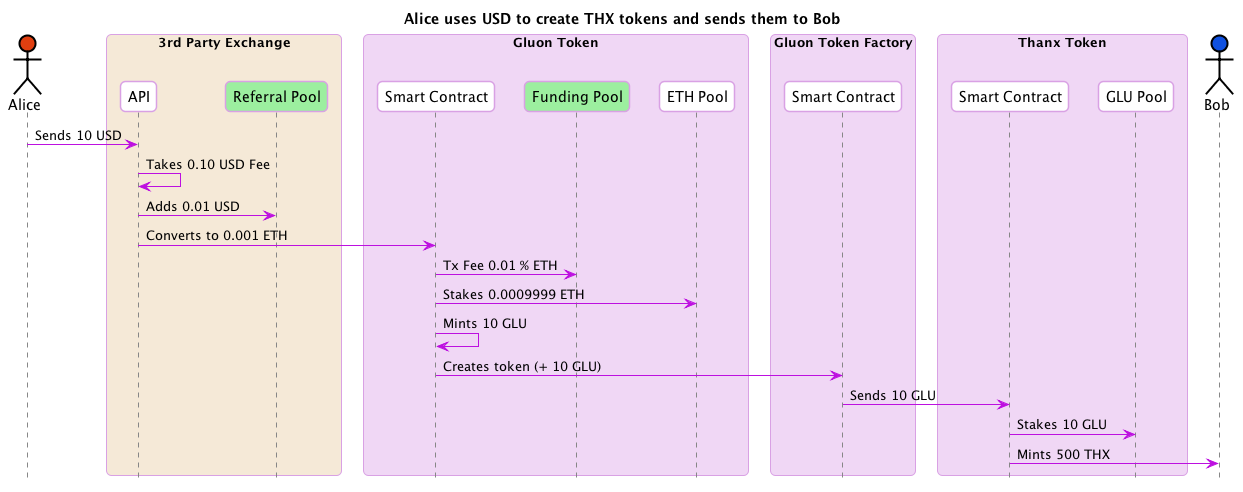
gluon-project/gluon-specs keeps this PlantUML diagram as flows/a-usd-create-thx-b.png. Above is the earlier version.
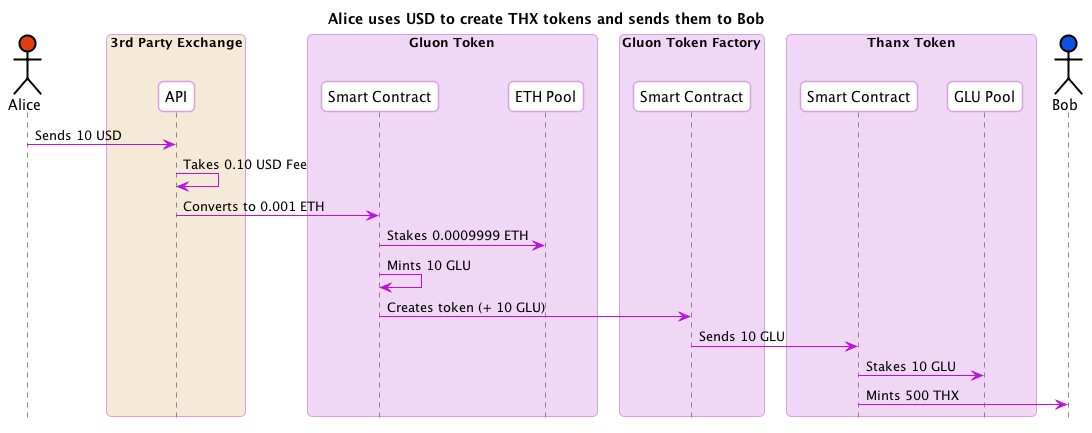
After the change.

Change to the diagram source:
```diff
@@ -30,11 +30,9 @@
 actor Alice #E03F10
 box "3rd Party Exchange" #F5E9D7
   participant "API" as Exchange
-  participant "Referral Pool" as ReferralPool #9CEF9F
 end box
 box "Gluon Token"
   participant "Smart Contract" as GluonSC
-  participant "Funding Pool" as FundingPool #9CEF9F
   participant "ETH Pool" as ETHPool
 end box
 box "Gluon Token Factory"
@@ -48,9 +46,7 @@
 
 Alice -> Exchange : Sends 10 USD
 Exchange -> Exchange : Takes 0.10 USD Fee
-Exchange -> ReferralPool : Adds 0.01 USD
 Exchange -> GluonSC : Converts to 0.001 ETH
-GluonSC -> FundingPool : Tx Fee 0.01 % ETH
 GluonSC -> ETHPool : Stakes 0.0009999 ETH
 GluonSC -> GluonSC : Mints 10 GLU
 GluonSC -> GluonFactorySC : Creates token (+ 10 GLU)
```
